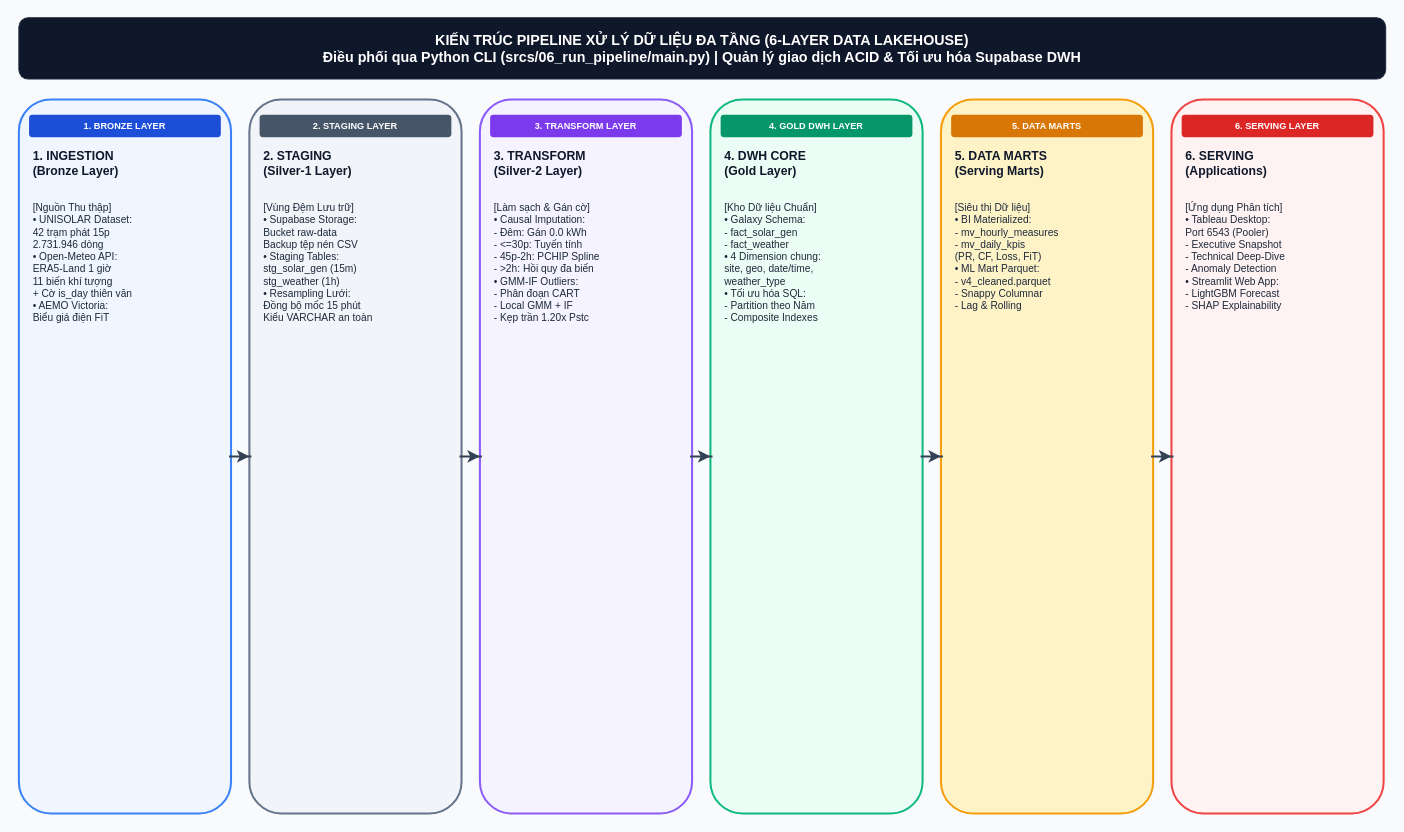
This is reports/diagrams/diagram_3_1_pipeline_architecture.drawio from nguyenvunhut/solar-engergy, a draw.io file, before an edit. Source tidied: cells renumbered, new cells numbered last; positions are measured from the earlier drawing's top-left corner, leaving out a move shared by most shapes. Both pictures are drawn from the tidied source at 102%, with x=0, y=0 at pixel (18, 17).
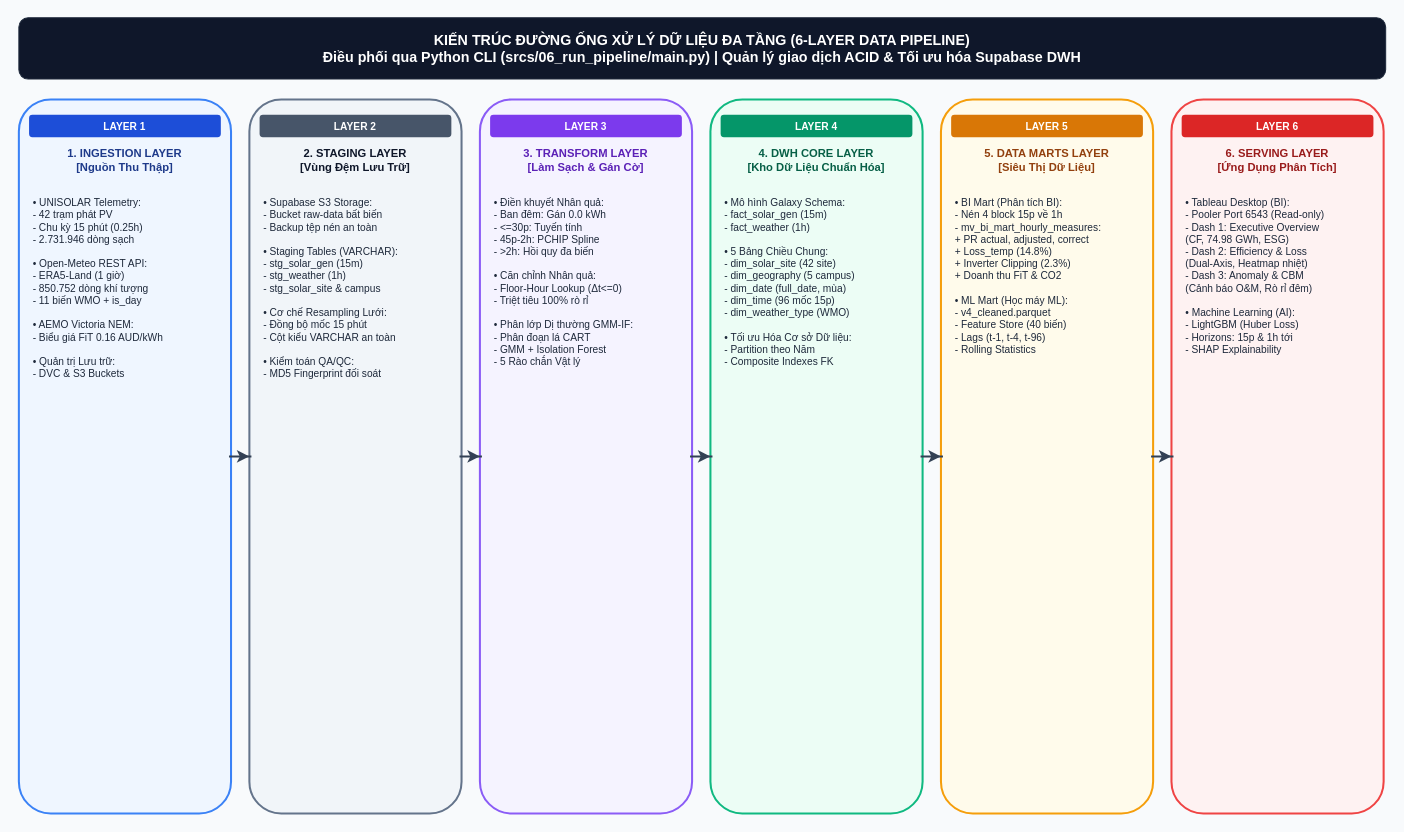
Above is the later version.

What changed in the source:
```diff
@@
-    <mxCell id="2" value="KIẾN TRÚC PIPELINE XỬ LÝ DỮ LIỆU ĐA TẦNG (6-LAYER DATA LAKEHOUSE)&#10;Điều phối qua Python CLI (srcs/06_run_pipeline/main.py) | Quản lý giao dịch ACID &amp; Tối ưu hóa Supabase DWH" style="rounded=1;whiteSpace=wrap;html=1;fillColor=#0F172A;strokeColor=#1E293B;fontColor=#FFFFFF;fontSize=14;fontStyle=1;align=center;" parent="1" vertex="1">
+    <mxCell id="2" value="KIẾN TRÚC ĐƯỜNG ỐNG XỬ LÝ DỮ LIỆU ĐA TẦNG (6-LAYER DATA PIPELINE)&#10;Điều phối qua Python CLI (srcs/06_run_pipeline/main.py) | Quản lý giao dịch ACID &amp; Tối ưu hóa Supabase DWH" style="rounded=1;whiteSpace=wrap;html=1;fillColor=#0F172A;strokeColor=#1E293B;fontColor=#FFFFFF;fontSize=14;fontStyle=1;align=center;" parent="1" vertex="1">
       <mxGeometry width="1340" height="60" as="geometry" />
     </mxCell>
@@
-    <mxCell id="4" value="1. BRONZE LAYER" style="rounded=1;whiteSpace=wrap;html=1;fillColor=#1D4ED8;strokeColor=none;fontColor=#FFFFFF;fontSize=9;fontStyle=1;align=center;" parent="1" vertex="1">
+    <mxCell id="4" value="LAYER 1" style="rounded=1;whiteSpace=wrap;html=1;fillColor=#1D4ED8;strokeColor=none;fontColor=#FFFFFF;fontSize=10;fontStyle=1;align=center;" parent="1" vertex="1">
       <mxGeometry x="10" y="95" width="188" height="22" as="geometry" />
     </mxCell>
-    <mxCell id="5" value="1. INGESTION&#10;(Bronze Layer)" style="text;html=1;strokeColor=none;fillColor=none;align=left;verticalAlign=middle;whiteSpace=wrap;rounded=0;fontSize=12;fontStyle=1;fontColor=#0F172A;" parent="1" vertex="1">
-      <mxGeometry x="12" y="125" width="184" height="35" as="geometry" />
+    <mxCell id="5" value="1. INGESTION LAYER&#10;[Nguồn Thu Thập]" style="text;html=1;strokeColor=none;fillColor=none;align=center;verticalAlign=middle;whiteSpace=wrap;rounded=0;fontSize=11;fontStyle=1;fontColor=#1E3A8A;" parent="1" vertex="1">
+      <mxGeometry x="12" y="122" width="184" height="35" as="geometry" />
     </mxCell>
-    <mxCell id="6" value="[Nguồn Thu thập]&#10;• UNISOLAR Dataset:&#10;  42 trạm phát 15p&#10;  2.731.946 dòng&#10;• Open-Meteo API:&#10;  ERA5-Land 1 giờ&#10;  11 biến khí tượng&#10;  + Cờ is_day thiên văn&#10;• AEMO Victoria:&#10;  Biểu giá điện FiT" style="text;html=1;strokeColor=none;fillColor=none;align=left;verticalAlign=top;whiteSpace=wrap;rounded=0;fontSize=10;fontColor=#1E293B;spacingTop=4;" parent="1" vertex="1">
-      <mxGeometry x="12" y="170" width="184" height="500" as="geometry" />
+    <mxCell id="6" value="• UNISOLAR Telemetry:&#10;  - 42 trạm phát PV&#10;  - Chu kỳ 15 phút (0.25h)&#10;  - 2.731.946 dòng sạch&#10;&#10;• Open-Meteo REST API:&#10;  - ERA5-Land (1 giờ)&#10;  - 850.752 dòng khí tượng&#10;  - 11 biến WMO + is_day&#10;&#10;• AEMO Victoria NEM:&#10;  - Biểu giá FiT 0.16 AUD/kWh&#10;&#10;• Quản trị Lưu trữ:&#10;  - DVC &amp; S3 Buckets" style="text;html=1;strokeColor=none;fillColor=none;align=left;verticalAlign=top;whiteSpace=wrap;rounded=0;fontSize=10;fontColor=#1E293B;spacingTop=4;" parent="1" vertex="1">
+      <mxGeometry x="12" y="165" width="184" height="505" as="geometry" />
     </mxCell>
@@
-    <mxCell id="8" value="2. STAGING LAYER" style="rounded=1;whiteSpace=wrap;html=1;fillColor=#475569;strokeColor=none;fontColor=#FFFFFF;fontSize=9;fontStyle=1;align=center;" parent="1" vertex="1">
+    <mxCell id="8" value="LAYER 2" style="rounded=1;whiteSpace=wrap;html=1;fillColor=#475569;strokeColor=none;fontColor=#FFFFFF;fontSize=10;fontStyle=1;align=center;" parent="1" vertex="1">
       <mxGeometry x="236" y="95" width="188" height="22" as="geometry" />
     </mxCell>
-    <mxCell id="9" value="2. STAGING&#10;(Silver-1 Layer)" style="text;html=1;strokeColor=none;fillColor=none;align=left;verticalAlign=middle;whiteSpace=wrap;rounded=0;fontSize=12;fontStyle=1;fontColor=#0F172A;" parent="1" vertex="1">
-      <mxGeometry x="238" y="125" width="184" height="35" as="geometry" />
+    <mxCell id="9" value="2. STAGING LAYER&#10;[Vùng Đệm Lưu Trữ]" style="text;html=1;strokeColor=none;fillColor=none;align=center;verticalAlign=middle;whiteSpace=wrap;rounded=0;fontSize=11;fontStyle=1;fontColor=#0F172A;" parent="1" vertex="1">
+      <mxGeometry x="238" y="122" width="184" height="35" as="geometry" />
     </mxCell>
-    <mxCell id="10" value="[Vùng Đệm Lưu trữ]&#10;• Supabase Storage:&#10;  Bucket raw-data&#10;  Backup tệp nén CSV&#10;• Staging Tables:&#10;  stg_solar_gen (15m)&#10;  stg_weather (1h)&#10;• Resampling Lưới:&#10;  Đồng bộ mốc 15 phút&#10;  Kiểu VARCHAR an toàn" style="text;html=1;strokeColor=none;fillColor=none;align=left;verticalAlign=top;whiteSpace=wrap;rounded=0;fontSize=10;fontColor=#1E293B;spacingTop=4;" parent="1" vertex="1">
-      <mxGeometry x="238" y="170" width="184" height="500" as="geometry" />
+    <mxCell id="10" value="• Supabase S3 Storage:&#10;  - Bucket raw-data bất biến&#10;  - Backup tệp nén an toàn&#10;&#10;• Staging Tables (VARCHAR):&#10;  - stg_solar_gen (15m)&#10;  - stg_weather (1h)&#10;  - stg_solar_site &amp; campus&#10;&#10;• Cơ chế Resampling Lưới:&#10;  - Đồng bộ mốc 15 phút&#10;  - Cột kiểu VARCHAR an toàn&#10;&#10;• Kiểm toán QA/QC:&#10;  - MD5 Fingerprint đối soát" style="text;html=1;strokeColor=none;fillColor=none;align=left;verticalAlign=top;whiteSpace=wrap;rounded=0;fontSize=10;fontColor=#1E293B;spacingTop=4;" parent="1" vertex="1">
+      <mxGeometry x="238" y="165" width="184" height="505" as="geometry" />
     </mxCell>
@@
-    <mxCell id="12" value="3. TRANSFORM LAYER" style="rounded=1;whiteSpace=wrap;html=1;fillColor=#7C3AED;strokeColor=none;fontColor=#FFFFFF;fontSize=9;fontStyle=1;align=center;" parent="1" vertex="1">
+    <mxCell id="12" value="LAYER 3" style="rounded=1;whiteSpace=wrap;html=1;fillColor=#7C3AED;strokeColor=none;fontColor=#FFFFFF;fontSize=10;fontStyle=1;align=center;" parent="1" vertex="1">
       <mxGeometry x="462" y="95" width="188" height="22" as="geometry" />
     </mxCell>
-    <mxCell id="13" value="3. TRANSFORM&#10;(Silver-2 Layer)" style="text;html=1;strokeColor=none;fillColor=none;align=left;verticalAlign=middle;whiteSpace=wrap;rounded=0;fontSize=12;fontStyle=1;fontColor=#0F172A;" parent="1" vertex="1">
-      <mxGeometry x="464" y="125" width="184" height="35" as="geometry" />
+    <mxCell id="13" value="3. TRANSFORM LAYER&#10;[Làm Sạch &amp; Gán Cờ]" style="text;html=1;strokeColor=none;fillColor=none;align=center;verticalAlign=middle;whiteSpace=wrap;rounded=0;fontSize=11;fontStyle=1;fontColor=#5B21B6;" parent="1" vertex="1">
+      <mxGeometry x="464" y="122" width="184" height="35" as="geometry" />
     </mxCell>
-    <mxCell id="14" value="[Làm sạch &amp; Gán cờ]&#10;• Causal Imputation:&#10;  - Đêm: Gán 0.0 kWh&#10;  - &lt;=30p: Tuyến tính&#10;  - 45p-2h: PCHIP Spline&#10;  - &gt;2h: Hồi quy đa biến&#10;• GMM-IF Outliers:&#10;  - Phân đoạn CART&#10;  - Local GMM + IF&#10;  - Kẹp trần 1.20x Pstc" style="text;html=1;strokeColor=none;fillColor=none;align=left;verticalAlign=top;whiteSpace=wrap;rounded=0;fontSize=10;fontColor=#1E293B;spacingTop=4;" parent="1" vertex="1">
-      <mxGeometry x="464" y="170" width="184" height="500" as="geometry" />
+    <mxCell id="14" value="• Điền khuyết Nhân quả:&#10;  - Ban đêm: Gán 0.0 kWh&#10;  - &lt;=30p: Tuyến tính&#10;  - 45p-2h: PCHIP Spline&#10;  - &gt;2h: Hồi quy đa biến&#10;&#10;• Căn chỉnh Nhân quả:&#10;  - Floor-Hour Lookup (Δt&lt;=0)&#10;  - Triệt tiêu 100% rò rỉ&#10;&#10;• Phân lớp Dị thường GMM-IF:&#10;  - Phân đoạn lá CART&#10;  - GMM + Isolation Forest&#10;  - 5 Rào chắn Vật lý" style="text;html=1;strokeColor=none;fillColor=none;align=left;verticalAlign=top;whiteSpace=wrap;rounded=0;fontSize=10;fontColor=#1E293B;spacingTop=4;" parent="1" vertex="1">
+      <mxGeometry x="464" y="165" width="184" height="505" as="geometry" />
     </mxCell>
@@
-    <mxCell id="16" value="4. GOLD DWH LAYER" style="rounded=1;whiteSpace=wrap;html=1;fillColor=#059669;strokeColor=none;fontColor=#FFFFFF;fontSize=9;fontStyle=1;align=center;" parent="1" vertex="1">
+    <mxCell id="16" value="LAYER 4" style="rounded=1;whiteSpace=wrap;html=1;fillColor=#059669;strokeColor=none;fontColor=#FFFFFF;fontSize=10;fontStyle=1;align=center;" parent="1" vertex="1">
       <mxGeometry x="688" y="95" width="188" height="22" as="geometry" />
     </mxCell>
-    <mxCell id="17" value="4. DWH CORE&#10;(Gold Layer)" style="text;html=1;strokeColor=none;fillColor=none;align=left;verticalAlign=middle;whiteSpace=wrap;rounded=0;fontSize=12;fontStyle=1;fontColor=#0F172A;" parent="1" vertex="1">
-      <mxGeometry x="690" y="125" width="184" height="35" as="geometry" />
+    <mxCell id="17" value="4. DWH CORE LAYER&#10;[Kho Dữ Liệu Chuẩn Hóa]" style="text;html=1;strokeColor=none;fillColor=none;align=center;verticalAlign=middle;whiteSpace=wrap;rounded=0;fontSize=11;fontStyle=1;fontColor=#065F46;" parent="1" vertex="1">
+      <mxGeometry x="690" y="122" width="184" height="35" as="geometry" />
     </mxCell>
-    <mxCell id="18" value="[Kho Dữ liệu Chuẩn]&#10;• Galaxy Schema:&#10;  - fact_solar_gen&#10;  - fact_weather&#10;• 4 Dimension chung:&#10;  site, geo, date/time,&#10;  weather_type&#10;• Tối ưu hóa SQL:&#10;  - Partition theo Năm&#10;  - Composite Indexes" style="text;html=1;strokeColor=none;fillColor=none;align=left;verticalAlign=top;whiteSpace=wrap;rounded=0;fontSize=10;fontColor=#1E293B;spacingTop=4;" parent="1" vertex="1">
-      <mxGeometry x="690" y="170" width="184" height="500" as="geometry" />
+    <mxCell id="18" value="• Mô hình Galaxy Schema:&#10;  - fact_solar_gen (15m)&#10;  - fact_weather (1h)&#10;&#10;• 5 Bảng Chiều Chung:&#10;  - dim_solar_site (42 site)&#10;  - dim_geography (5 campus)&#10;  - dim_date (full_date, mùa)&#10;  - dim_time (96 mốc 15p)&#10;  - dim_weather_type (WMO)&#10;&#10;• Tối ưu Hóa Cơ sở Dữ liệu:&#10;  - Partition theo Năm&#10;  - Composite Indexes FK" style="text;html=1;strokeColor=none;fillColor=none;align=left;verticalAlign=top;whiteSpace=wrap;rounded=0;fontSize=10;fontColor=#1E293B;spacingTop=4;" parent="1" vertex="1">
+      <mxGeometry x="690" y="165" width="184" height="505" as="geometry" />
     </mxCell>
-    <mxCell id="19" style="rounded=1;whiteSpace=wrap;html=1;fillColor=#FEF3C7;strokeColor=#F59E0B;strokeWidth=2;" parent="1" vertex="1">
+    <mxCell id="19" style="rounded=1;whiteSpace=wrap;html=1;fillColor=#FFFBEB;strokeColor=#F59E0B;strokeWidth=2;" parent="1" vertex="1">
       <mxGeometry x="904" y="80" width="208" height="700" as="geometry" />
     </mxCell>
-    <mxCell id="20" value="5. DATA MARTS" style="rounded=1;whiteSpace=wrap;html=1;fillColor=#D97706;strokeColor=none;fontColor=#FFFFFF;fontSize=9;fontStyle=1;align=center;" parent="1" vertex="1">
+    <mxCell id="20" value="LAYER 5" style="rounded=1;whiteSpace=wrap;html=1;fillColor=#D97706;strokeColor=none;fontColor=#FFFFFF;fontSize=10;fontStyle=1;align=center;" parent="1" vertex="1">
       <mxGeometry x="914" y="95" width="188" height="22" as="geometry" />
     </mxCell>
-    <mxCell id="21" value="5. DATA MARTS&#10;(Serving Marts)" style="text;html=1;strokeColor=none;fillColor=none;align=left;verticalAlign=middle;whiteSpace=wrap;rounded=0;fontSize=12;fontStyle=1;fontColor=#0F172A;" parent="1" vertex="1">
-      <mxGeometry x="916" y="125" width="184" height="35" as="geometry" />
+    <mxCell id="21" value="5. DATA MARTS LAYER&#10;[Siêu Thị Dữ Liệu]" style="text;html=1;strokeColor=none;fillColor=none;align=center;verticalAlign=middle;whiteSpace=wrap;rounded=0;fontSize=11;fontStyle=1;fontColor=#92400E;" parent="1" vertex="1">
+      <mxGeometry x="916" y="122" width="184" height="35" as="geometry" />
     </mxCell>
-    <mxCell id="22" value="[Siêu thị Dữ liệu]&#10;• BI Materialized:&#10;  - mv_hourly_measures&#10;  - mv_daily_kpis&#10;  (PR, CF, Loss, FiT)&#10;• ML Mart Parquet:&#10;  - v4_cleaned.parquet&#10;  - Snappy Columnar&#10;  - Lag &amp; Rolling" style="text;html=1;strokeColor=none;fillColor=none;align=left;verticalAlign=top;whiteSpace=wrap;rounded=0;fontSize=10;fontColor=#1E293B;spacingTop=4;" parent="1" vertex="1">
-      <mxGeometry x="916" y="170" width="184" height="500" as="geometry" />
+    <mxCell id="22" value="• BI Mart (Phân tích BI):&#10;  - Nén 4 block 15p về 1h&#10;  - mv_bi_mart_hourly_measures:&#10;    + PR actual, adjusted, correct&#10;    + Loss_temp (14.8%)&#10;    + Inverter Clipping (2.3%)&#10;    + Doanh thu FiT &amp; CO2&#10;&#10;• ML Mart (Học máy ML):&#10;  - v4_cleaned.parquet&#10;  - Feature Store (40 biến)&#10;  - Lags (t-1, t-4, t-96)&#10;  - Rolling Statistics" style="text;html=1;strokeColor=none;fillColor=none;align=left;verticalAlign=top;whiteSpace=wrap;rounded=0;fontSize=10;fontColor=#1E293B;spacingTop=4;" parent="1" vertex="1">
+      <mxGeometry x="916" y="165" width="184" height="505" as="geometry" />
     </mxCell>
@@
-    <mxCell id="24" value="6. SERVING LAYER" style="rounded=1;whiteSpace=wrap;html=1;fillColor=#DC2626;strokeColor=none;fontColor=#FFFFFF;fontSize=9;fontStyle=1;align=center;" parent="1" vertex="1">
+    <mxCell id="24" value="LAYER 6" style="rounded=1;whiteSpace=wrap;html=1;fillColor=#DC2626;strokeColor=none;fontColor=#FFFFFF;fontSize=10;fontStyle=1;align=center;" parent="1" vertex="1">
       <mxGeometry x="1140" y="95" width="188" height="22" as="geometry" />
     </mxCell>
-    <mxCell id="25" value="6. SERVING&#10;(Applications)" style="text;html=1;strokeColor=none;fillColor=none;align=left;verticalAlign=middle;whiteSpace=wrap;rounded=0;fontSize=12;fontStyle=1;fontColor=#0F172A;" parent="1" vertex="1">
-      <mxGeometry x="1142" y="125" width="184" height="35" as="geometry" />
+    <mxCell id="25" value="6. SERVING LAYER&#10;[Ứng Dụng Phân Tích]" style="text;html=1;strokeColor=none;fillColor=none;align=center;verticalAlign=middle;whiteSpace=wrap;rounded=0;fontSize=11;fontStyle=1;fontColor=#991B1B;" parent="1" vertex="1">
+      <mxGeometry x="1142" y="122" width="184" height="35" as="geometry" />
     </mxCell>
-    <mxCell id="26" value="[Ứng dụng Phân tích]&#10;• Tableau Desktop:&#10;  Port 6543 (Pooler)&#10;  - Executive Snapshot&#10;  - Technical Deep-Dive&#10;  - Anomaly Detection&#10;• Streamlit Web App:&#10;  - LightGBM Forecast&#10;  - SHAP Explainability" style="text;html=1;strokeColor=none;fillColor=none;align=left;verticalAlign=top;whiteSpace=wrap;rounded=0;fontSize=10;fontColor=#1E293B;spacingTop=4;" parent="1" vertex="1">
-      <mxGeometry x="1142" y="170" width="184" height="500" as="geometry" />
+    <mxCell id="26" value="• Tableau Desktop (BI):&#10;  - Pooler Port 6543 (Read-only)&#10;  - Dash 1: Executive Overview&#10;    (CF, 74.98 GWh, ESG)&#10;  - Dash 2: Efficiency &amp; Loss&#10;    (Dual-Axis, Heatmap nhiệt)&#10;  - Dash 3: Anomaly &amp; CBM&#10;    (Cảnh báo O&amp;M, Rò rỉ đêm)&#10;&#10;• Machine Learning (AI):&#10;  - LightGBM (Huber Loss)&#10;  - Horizons: 15p &amp; 1h tới&#10;  - SHAP Explainability" style="text;html=1;strokeColor=none;fillColor=none;align=left;verticalAlign=top;whiteSpace=wrap;rounded=0;fontSize=10;fontColor=#1E293B;spacingTop=4;" parent="1" vertex="1">
+      <mxGeometry x="1142" y="165" width="184" height="505" as="geometry" />
     </mxCell>
```
